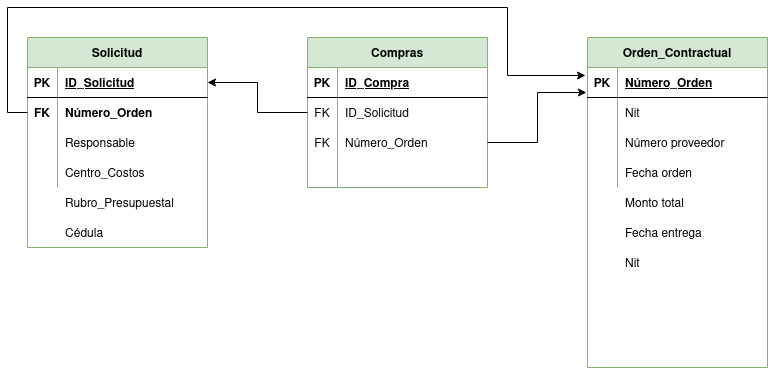
samugd17/base-datos-bae- keeps this draw.io diagram as TAREAS/Tarea11/IMG/MR13.drawio.png. Above is the earlier version. Source tidied: cells renumbered, new cells last; positions are measured from the earlier drawing's top-left corner, leaving out a move shared by most shapes.
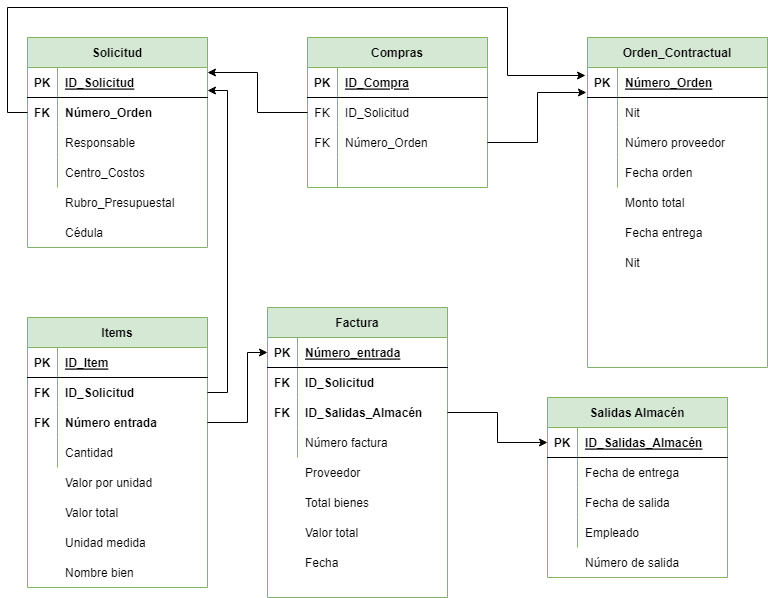
After the change.

What changed in the source:
```diff
@@ -89,7 +89,7 @@
     <mxCell id="30" style="shape=partialRectangle;fillColor=none;top=0;left=0;bottom=0;right=0;align=left;spacingLeft=6;overflow=hidden;" parent="28" vertex="1">
       <mxGeometry x="30" width="150" height="30" as="geometry" />
     </mxCell>
-    <mxCell id="31" style="edgeStyle=orthogonalEdgeStyle;rounded=0;jettySize=auto;html=1;entryX=1;entryY=0.5;entryDx=0;entryDy=0;" parent="1" edge="1" source="22" target="3">
+    <mxCell id="31" style="edgeStyle=orthogonalEdgeStyle;rounded=0;jettySize=auto;html=1;entryX=1;entryY=0.167;entryDx=0;entryDy=0;entryPerimeter=0;" parent="1" edge="1" source="22" target="3">
       <mxGeometry relative="1" as="geometry" />
     </mxCell>
     <mxCell id="32" value="Orden_Contractual" style="shape=table;startSize=30;rowLines=0;fontStyle=1;align=center;fillColor=#d5e8d4;strokeColor=#82b366;" parent="1" vertex="1">
@@ -165,5 +165,193 @@
         </Array>
       </mxGeometry>
     </mxCell>
+    <mxCell id="54" value="Items" style="shape=table;startSize=30;rowLines=0;fontStyle=1;align=center;fillColor=#d5e8d4;strokeColor=#82b366;" parent="1" vertex="1">
+      <mxGeometry x="20" y="310" width="180" height="270" as="geometry" />
+    </mxCell>
+    <mxCell id="55" style="shape=tableRow;horizontal=0;startSize=0;swimlaneHead=0;swimlaneBody=0;fillColor=none;top=0;left=0;right=0;bottom=1;" parent="54" vertex="1">
+      <mxGeometry y="30" width="180" height="30" as="geometry" />
+    </mxCell>
+    <mxCell id="56" value="PK" style="shape=partialRectangle;fillColor=none;top=0;left=0;bottom=0;right=0;fontStyle=1;overflow=hidden;" parent="55" vertex="1">
+      <mxGeometry width="30" height="30" as="geometry" />
+    </mxCell>
+    <mxCell id="57" value="ID_Item" style="shape=partialRectangle;fillColor=none;top=0;left=0;bottom=0;right=0;align=left;spacingLeft=6;fontStyle=5;overflow=hidden;" parent="55" vertex="1">
+      <mxGeometry x="30" width="150" height="30" as="geometry" />
+    </mxCell>
+    <mxCell id="58" style="shape=tableRow;horizontal=0;startSize=0;swimlaneHead=0;swimlaneBody=0;fillColor=none;points=[[0,0.5],[1,0.5]];portConstraint=eastwest;top=0;left=0;right=0;bottom=0;" parent="54" vertex="1">
+      <mxGeometry y="60" width="180" height="30" as="geometry" />
+    </mxCell>
+    <mxCell id="59" value="FK" style="shape=partialRectangle;fillColor=none;top=0;left=0;bottom=0;right=0;overflow=hidden;fontStyle=1;" parent="58" vertex="1">
+      <mxGeometry width="30" height="30" as="geometry" />
+    </mxCell>
+    <mxCell id="60" value="ID_Solicitud" style="shape=partialRectangle;fillColor=none;top=0;left=0;bottom=0;right=0;align=left;spacingLeft=6;overflow=hidden;fontStyle=1;" parent="58" vertex="1">
+      <mxGeometry x="30" width="150" height="30" as="geometry" />
+    </mxCell>
+    <mxCell id="61" style="shape=tableRow;horizontal=0;startSize=0;swimlaneHead=0;swimlaneBody=0;fillColor=none;points=[[0,0.5],[1,0.5]];portConstraint=eastwest;top=0;left=0;right=0;bottom=0;" parent="54" vertex="1">
+      <mxGeometry y="90" width="180" height="30" as="geometry" />
+    </mxCell>
+    <mxCell id="62" value="FK" style="shape=partialRectangle;fillColor=none;top=0;left=0;bottom=0;right=0;overflow=hidden;fontStyle=1;" parent="61" vertex="1">
+      <mxGeometry width="30" height="30" as="geometry" />
+    </mxCell>
+    <mxCell id="63" value="Número entrada" style="shape=partialRectangle;fillColor=none;top=0;left=0;bottom=0;right=0;align=left;spacingLeft=6;overflow=hidden;fontStyle=1;" parent="61" vertex="1">
+      <mxGeometry x="30" width="150" height="30" as="geometry" />
+    </mxCell>
+    <mxCell id="64" style="shape=tableRow;horizontal=0;startSize=0;swimlaneHead=0;swimlaneBody=0;fillColor=none;top=0;left=0;right=0;bottom=0;" parent="54" vertex="1">
+      <mxGeometry y="120" width="180" height="30" as="geometry" />
+    </mxCell>
+    <mxCell id="65" style="shape=partialRectangle;fillColor=none;top=0;left=0;bottom=0;right=0;overflow=hidden;" parent="64" vertex="1">
+      <mxGeometry width="30" height="30" as="geometry" />
+    </mxCell>
+    <mxCell id="66" value="Cantidad" style="shape=partialRectangle;fillColor=none;top=0;left=0;bottom=0;right=0;align=left;spacingLeft=6;overflow=hidden;" parent="64" vertex="1">
+      <mxGeometry x="30" width="150" height="30" as="geometry" />
+    </mxCell>
+    <mxCell id="67" style="shape=tableRow;horizontal=0;startSize=0;swimlaneHead=0;swimlaneBody=0;fillColor=none;top=0;left=0;right=0;bottom=0;" parent="1" vertex="1">
+      <mxGeometry x="20" y="460" width="180" height="30" as="geometry" />
+    </mxCell>
+    <mxCell id="68" style="shape=partialRectangle;fillColor=none;top=0;left=0;bottom=0;right=0;overflow=hidden;" parent="67" vertex="1">
+      <mxGeometry width="30" height="30" as="geometry" />
+    </mxCell>
+    <mxCell id="69" value="Valor por unidad" style="shape=partialRectangle;fillColor=none;top=0;left=0;bottom=0;right=0;align=left;spacingLeft=6;overflow=hidden;" parent="67" vertex="1">
+      <mxGeometry x="30" width="150" height="30" as="geometry" />
+    </mxCell>
+    <mxCell id="70" style="shape=tableRow;horizontal=0;startSize=0;swimlaneHead=0;swimlaneBody=0;fillColor=none;top=0;left=0;right=0;bottom=0;" parent="1" vertex="1">
+      <mxGeometry x="20" y="490" width="180" height="30" as="geometry" />
+    </mxCell>
+    <mxCell id="71" style="shape=partialRectangle;fillColor=none;top=0;left=0;bottom=0;right=0;overflow=hidden;" parent="70" vertex="1">
+      <mxGeometry width="30" height="30" as="geometry" />
+    </mxCell>
+    <mxCell id="72" value="Valor total" style="shape=partialRectangle;fillColor=none;top=0;left=0;bottom=0;right=0;align=left;spacingLeft=6;overflow=hidden;" parent="70" vertex="1">
+      <mxGeometry x="30" width="150" height="30" as="geometry" />
+    </mxCell>
+    <mxCell id="73" value="Unidad medida" style="shape=partialRectangle;fillColor=none;top=0;left=0;bottom=0;right=0;align=left;spacingLeft=6;overflow=hidden;" parent="1" vertex="1">
+      <mxGeometry x="50" y="520" width="150" height="30" as="geometry" />
+    </mxCell>
+    <mxCell id="74" style="edgeStyle=orthogonalEdgeStyle;rounded=0;jettySize=auto;html=1;entryX=1;entryY=0.767;entryDx=0;entryDy=0;entryPerimeter=0;exitX=1;exitY=0.5;exitDx=0;exitDy=0;" parent="1" edge="1" source="58" target="3">
+      <mxGeometry relative="1" as="geometry" />
+    </mxCell>
+    <mxCell id="75" value="Factura" style="shape=table;startSize=30;rowLines=0;fontStyle=1;align=center;fillColor=#d5e8d4;strokeColor=#82b366;" parent="1" vertex="1">
+      <mxGeometry x="260" y="300" width="180" height="290" as="geometry" />
+    </mxCell>
+    <mxCell id="76" style="shape=tableRow;horizontal=0;startSize=0;swimlaneHead=0;swimlaneBody=0;fillColor=none;points=[[0,0.5],[1,0.5]];portConstraint=eastwest;top=0;left=0;right=0;bottom=1;" parent="75" vertex="1">
+      <mxGeometry y="30" width="180" height="30" as="geometry" />
+    </mxCell>
+    <mxCell id="77" value="PK" style="shape=partialRectangle;fillColor=none;top=0;left=0;bottom=0;right=0;fontStyle=1;overflow=hidden;" parent="76" vertex="1">
+      <mxGeometry width="30" height="30" as="geometry" />
+    </mxCell>
+    <mxCell id="78" value="Número_entrada" style="shape=partialRectangle;fillColor=none;top=0;left=0;bottom=0;right=0;align=left;spacingLeft=6;fontStyle=5;overflow=hidden;" parent="76" vertex="1">
+      <mxGeometry x="30" width="150" height="30" as="geometry" />
+    </mxCell>
+    <mxCell id="79" style="shape=tableRow;horizontal=0;startSize=0;swimlaneHead=0;swimlaneBody=0;fillColor=none;top=0;left=0;right=0;bottom=0;" parent="75" vertex="1">
+      <mxGeometry y="60" width="180" height="30" as="geometry" />
+    </mxCell>
+    <mxCell id="80" value="FK" style="shape=partialRectangle;fillColor=none;top=0;left=0;bottom=0;right=0;overflow=hidden;fontStyle=1;" parent="79" vertex="1">
+      <mxGeometry width="30" height="30" as="geometry" />
+    </mxCell>
+    <mxCell id="81" value="ID_Solicitud" style="shape=partialRectangle;fillColor=none;top=0;left=0;bottom=0;right=0;align=left;spacingLeft=6;overflow=hidden;fontStyle=1;" parent="79" vertex="1">
+      <mxGeometry x="30" width="150" height="30" as="geometry" />
+    </mxCell>
+    <mxCell id="82" style="shape=tableRow;horizontal=0;startSize=0;swimlaneHead=0;swimlaneBody=0;fillColor=none;points=[[0,0.5],[1,0.5]];portConstraint=eastwest;top=0;left=0;right=0;bottom=0;" parent="75" vertex="1">
+      <mxGeometry y="90" width="180" height="30" as="geometry" />
+    </mxCell>
+    <mxCell id="83" value="FK" style="shape=partialRectangle;fillColor=none;top=0;left=0;bottom=0;right=0;overflow=hidden;fontStyle=1;" parent="82" vertex="1">
+      <mxGeometry width="30" height="30" as="geometry" />
+    </mxCell>
+    <mxCell id="84" value="ID_Salidas_Almacén" style="shape=partialRectangle;fillColor=none;top=0;left=0;bottom=0;right=0;align=left;spacingLeft=6;overflow=hidden;fontStyle=1;" parent="82" vertex="1">
+      <mxGeometry x="30" width="150" height="30" as="geometry" />
+    </mxCell>
+    <mxCell id="85" style="shape=tableRow;horizontal=0;startSize=0;swimlaneHead=0;swimlaneBody=0;fillColor=none;top=0;left=0;right=0;bottom=0;" parent="75" vertex="1">
+      <mxGeometry y="120" width="180" height="30" as="geometry" />
+    </mxCell>
+    <mxCell id="86" style="shape=partialRectangle;fillColor=none;top=0;left=0;bottom=0;right=0;overflow=hidden;" parent="85" vertex="1">
+      <mxGeometry width="30" height="30" as="geometry" />
+    </mxCell>
+    <mxCell id="87" value="Número factura" style="shape=partialRectangle;fillColor=none;top=0;left=0;bottom=0;right=0;align=left;spacingLeft=6;overflow=hidden;" parent="85" vertex="1">
+      <mxGeometry x="30" width="150" height="30" as="geometry" />
+    </mxCell>
+    <mxCell id="88" value="Nombre bien" style="shape=partialRectangle;fillColor=none;top=0;left=0;bottom=0;right=0;align=left;spacingLeft=6;overflow=hidden;" parent="1" vertex="1">
+      <mxGeometry x="50" y="550" width="150" height="30" as="geometry" />
+    </mxCell>
+    <mxCell id="89" style="edgeStyle=orthogonalEdgeStyle;rounded=0;jettySize=auto;html=1;entryX=0;entryY=0.5;entryDx=0;entryDy=0;" parent="1" edge="1" source="61" target="76">
+      <mxGeometry relative="1" as="geometry">
+        <Array as="points">
+          <mxPoint x="240" y="415" />
+          <mxPoint x="240" y="345" />
+        </Array>
+      </mxGeometry>
+    </mxCell>
+    <mxCell id="90" style="shape=tableRow;horizontal=0;startSize=0;swimlaneHead=0;swimlaneBody=0;fillColor=none;top=0;left=0;right=0;bottom=0;" parent="1" vertex="1">
+      <mxGeometry x="260" y="450" width="180" height="30" as="geometry" />
+    </mxCell>
+    <mxCell id="91" style="shape=partialRectangle;fillColor=none;top=0;left=0;bottom=0;right=0;overflow=hidden;" parent="90" vertex="1">
+      <mxGeometry width="30" height="30" as="geometry" />
+    </mxCell>
+    <mxCell id="92" value="Proveedor" style="shape=partialRectangle;fillColor=none;top=0;left=0;bottom=0;right=0;align=left;spacingLeft=6;overflow=hidden;" parent="90" vertex="1">
+      <mxGeometry x="30" width="150" height="30" as="geometry" />
+    </mxCell>
+    <mxCell id="93" style="shape=tableRow;horizontal=0;startSize=0;swimlaneHead=0;swimlaneBody=0;fillColor=none;top=0;left=0;right=0;bottom=0;" parent="1" vertex="1">
+      <mxGeometry x="260" y="480" width="180" height="30" as="geometry" />
+    </mxCell>
+    <mxCell id="94" style="shape=partialRectangle;fillColor=none;top=0;left=0;bottom=0;right=0;overflow=hidden;" parent="93" vertex="1">
+      <mxGeometry width="30" height="30" as="geometry" />
+    </mxCell>
+    <mxCell id="95" value="Total bienes" style="shape=partialRectangle;fillColor=none;top=0;left=0;bottom=0;right=0;align=left;spacingLeft=6;overflow=hidden;" parent="93" vertex="1">
+      <mxGeometry x="30" width="150" height="30" as="geometry" />
+    </mxCell>
+    <mxCell id="96" style="shape=tableRow;horizontal=0;startSize=0;swimlaneHead=0;swimlaneBody=0;fillColor=none;top=0;left=0;right=0;bottom=0;" parent="1" vertex="1">
+      <mxGeometry x="260" y="510" width="180" height="30" as="geometry" />
+    </mxCell>
+    <mxCell id="97" style="shape=partialRectangle;fillColor=none;top=0;left=0;bottom=0;right=0;overflow=hidden;" parent="96" vertex="1">
+      <mxGeometry width="30" height="30" as="geometry" />
+    </mxCell>
+    <mxCell id="98" value="Valor total" style="shape=partialRectangle;fillColor=none;top=0;left=0;bottom=0;right=0;align=left;spacingLeft=6;overflow=hidden;" parent="96" vertex="1">
+      <mxGeometry x="30" width="150" height="30" as="geometry" />
+    </mxCell>
+    <mxCell id="99" value="Salidas Almacén" style="shape=table;startSize=30;rowLines=0;fontStyle=1;align=center;fillColor=#d5e8d4;strokeColor=#82b366;" parent="1" vertex="1">
+      <mxGeometry x="540" y="390" width="180" height="180" as="geometry" />
+    </mxCell>
+    <mxCell id="100" style="shape=tableRow;horizontal=0;startSize=0;swimlaneHead=0;swimlaneBody=0;fillColor=none;points=[[0,0.5],[1,0.5]];portConstraint=eastwest;top=0;left=0;right=0;bottom=1;" parent="99" vertex="1">
+      <mxGeometry y="30" width="180" height="30" as="geometry" />
+    </mxCell>
+    <mxCell id="101" value="PK" style="shape=partialRectangle;fillColor=none;top=0;left=0;bottom=0;right=0;fontStyle=1;overflow=hidden;" parent="100" vertex="1">
+      <mxGeometry width="30" height="30" as="geometry" />
+    </mxCell>
+    <mxCell id="102" value="ID_Salidas_Almacén" style="shape=partialRectangle;fillColor=none;top=0;left=0;bottom=0;right=0;align=left;spacingLeft=6;fontStyle=5;overflow=hidden;" parent="100" vertex="1">
+      <mxGeometry x="30" width="150" height="30" as="geometry" />
+    </mxCell>
+    <mxCell id="103" style="shape=tableRow;horizontal=0;startSize=0;swimlaneHead=0;swimlaneBody=0;fillColor=none;top=0;left=0;right=0;bottom=0;" parent="99" vertex="1">
+      <mxGeometry y="60" width="180" height="30" as="geometry" />
+    </mxCell>
+    <mxCell id="104" style="shape=partialRectangle;fillColor=none;top=0;left=0;bottom=0;right=0;overflow=hidden;fontStyle=1;" parent="103" vertex="1">
+      <mxGeometry width="30" height="30" as="geometry" />
+    </mxCell>
+    <mxCell id="105" value="Fecha de entrega" style="shape=partialRectangle;fillColor=none;top=0;left=0;bottom=0;right=0;align=left;spacingLeft=6;overflow=hidden;fontStyle=0;" parent="103" vertex="1">
+      <mxGeometry x="30" width="150" height="30" as="geometry" />
+    </mxCell>
+    <mxCell id="106" style="shape=tableRow;horizontal=0;startSize=0;swimlaneHead=0;swimlaneBody=0;fillColor=none;top=0;left=0;right=0;bottom=0;" parent="99" vertex="1">
+      <mxGeometry y="90" width="180" height="30" as="geometry" />
+    </mxCell>
+    <mxCell id="107" style="shape=partialRectangle;fillColor=none;top=0;left=0;bottom=0;right=0;overflow=hidden;" parent="106" vertex="1">
+      <mxGeometry width="30" height="30" as="geometry" />
+    </mxCell>
+    <mxCell id="108" value="Fecha de salida" style="shape=partialRectangle;fillColor=none;top=0;left=0;bottom=0;right=0;align=left;spacingLeft=6;overflow=hidden;" parent="106" vertex="1">
+      <mxGeometry x="30" width="150" height="30" as="geometry" />
+    </mxCell>
+    <mxCell id="109" style="shape=tableRow;horizontal=0;startSize=0;swimlaneHead=0;swimlaneBody=0;fillColor=none;top=0;left=0;right=0;bottom=0;" parent="99" vertex="1">
+      <mxGeometry y="120" width="180" height="30" as="geometry" />
+    </mxCell>
+    <mxCell id="110" style="shape=partialRectangle;fillColor=none;top=0;left=0;bottom=0;right=0;overflow=hidden;" parent="109" vertex="1">
+      <mxGeometry width="30" height="30" as="geometry" />
+    </mxCell>
+    <mxCell id="111" value="Empleado" style="shape=partialRectangle;fillColor=none;top=0;left=0;bottom=0;right=0;align=left;spacingLeft=6;overflow=hidden;" parent="109" vertex="1">
+      <mxGeometry x="30" width="150" height="30" as="geometry" />
+    </mxCell>
+    <mxCell id="112" value="Fecha" style="shape=partialRectangle;fillColor=none;top=0;left=0;bottom=0;right=0;align=left;spacingLeft=6;overflow=hidden;" parent="1" vertex="1">
+      <mxGeometry x="290" y="540" width="150" height="30" as="geometry" />
+    </mxCell>
+    <mxCell id="113" style="edgeStyle=orthogonalEdgeStyle;rounded=0;jettySize=auto;html=1;entryX=0;entryY=0.5;entryDx=0;entryDy=0;" parent="1" edge="1" source="82" target="100">
+      <mxGeometry relative="1" as="geometry" />
+    </mxCell>
+    <mxCell id="114" value="Número de salida" style="shape=partialRectangle;fillColor=none;top=0;left=0;bottom=0;right=0;align=left;spacingLeft=6;overflow=hidden;" parent="1" vertex="1">
+      <mxGeometry x="570" y="540" width="150" height="30" as="geometry" />
+    </mxCell>
   </root>
 </mxGraphModel>
```
